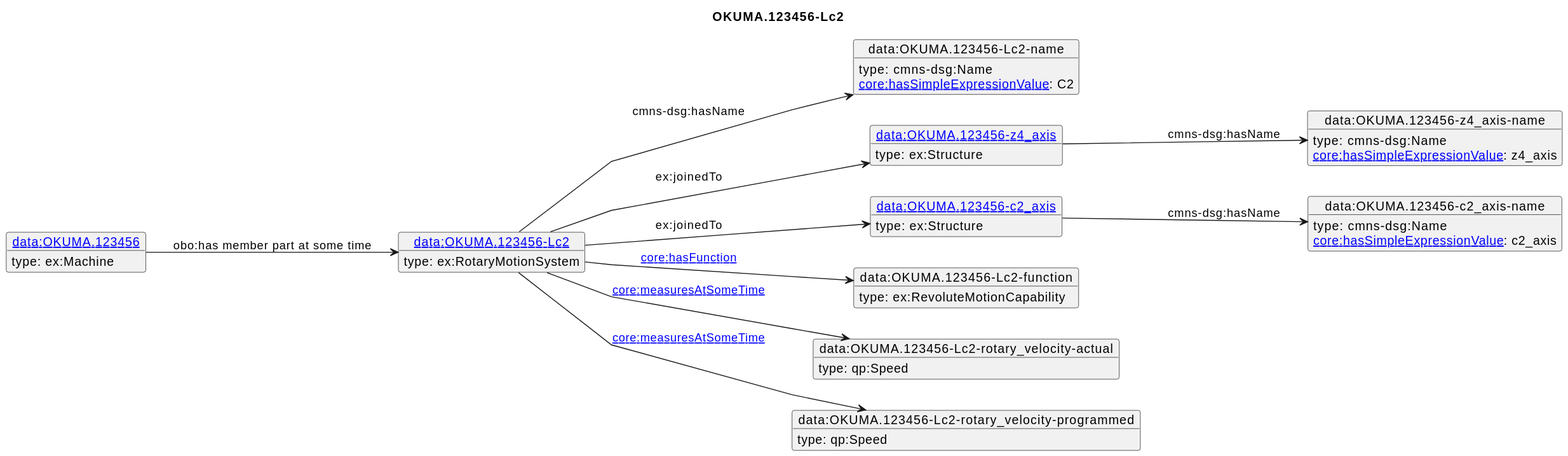
Before: diagrams/OKUMA.123456-Lc2.svg, a diagram exported from PlantUML (iofoundry/example-syseng-mtconnect).
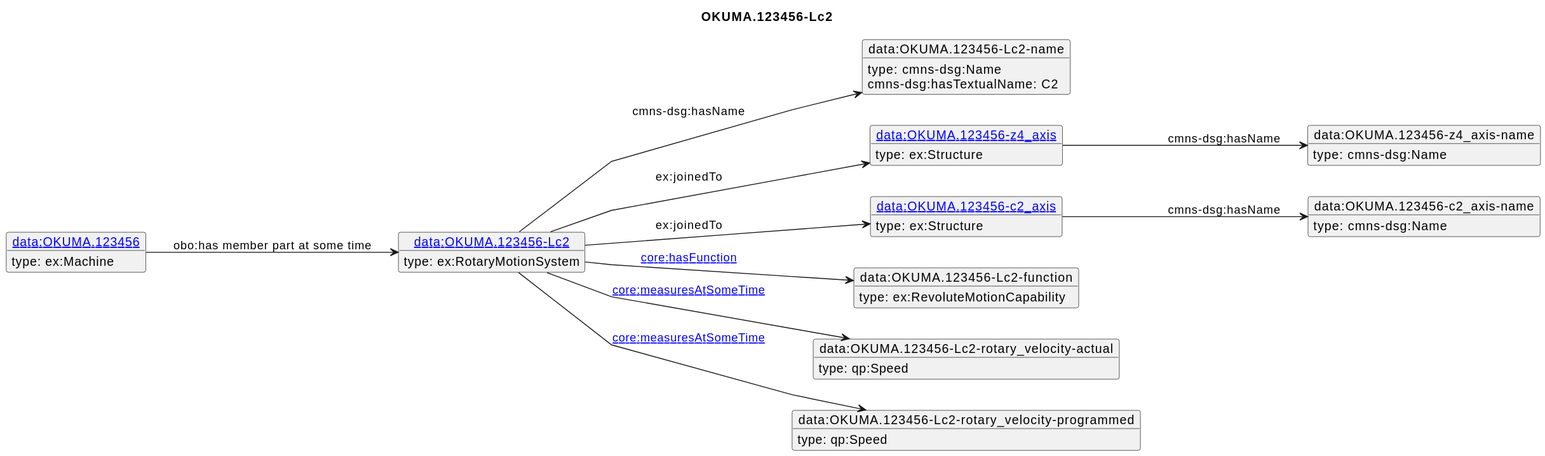
After the change.

Diff of the diagram source:
```diff
@@ -33,13 +33,11 @@
  type: ex:Machine
 }
 o1 --> o2 : cmns-dsg:hasName
-o2 : [[https://spec.industrialontologies.org/ontology/core/Core/hasSimpleExpressionValue core:hasSimpleExpressionValue]]: C2
+o2 : cmns-dsg:hasTextualName: C2
 o1 --> o3 : ex:joinedTo
 o3 --> o4 : cmns-dsg:hasName
-o4 : [[https://spec.industrialontologies.org/ontology/core/Core/hasSimpleExpressionValue core:hasSimpleExpressionValue]]: z4_axis
 o1 --> o5 : ex:joinedTo
 o5 --> o6 : cmns-dsg:hasName
-o6 : [[https://spec.industrialontologies.org/ontology/core/Core/hasSimpleExpressionValue core:hasSimpleExpressionValue]]: c2_axis
 o1 --> o7 : [[https://spec.industrialontologies.org/ontology/core/Core/hasFunction core:hasFunction]]
 o1 --> o8 : [[https://spec.industrialontologies.org/ontology/core/Core/measuresAtSomeTime core:measuresAtSomeTime]]
 o1 --> o9 : [[https://spec.industrialontologies.org/ontology/core/Core/measuresAtSomeTime core:measuresAtSomeTime]]
```
